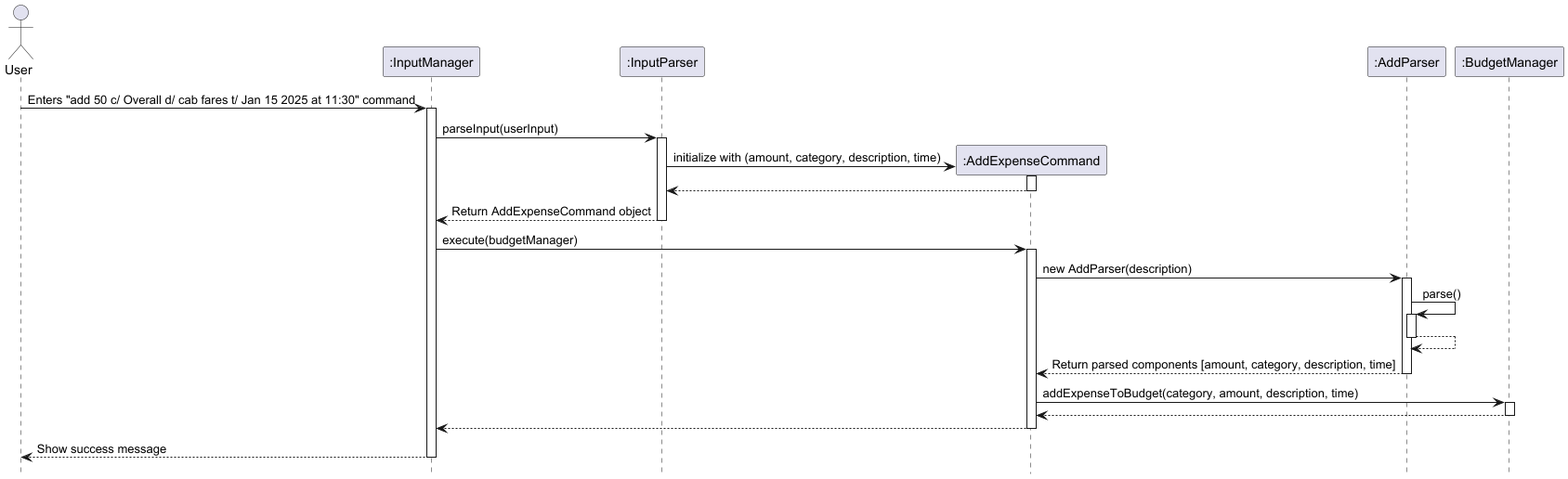
This is docs/diagrams/AddCommandSequenceDiagram.png from AY2425S2-CS2113-T12-4/tp, a PlantUML export, as it was before one commit. Its source is kept beside it as docs/diagrams/AddCommandSequenceDiagram.puml. The source it was exported from:
```plantuml
@startuml
hide circle
skinparam classAttributeIconSize 0
hide footbox
actor User
participant ":InputManager" as IM
participant ":InputParser" as IP
participant ":AddExpenseCommand" as AEC
participant ":AddParser" as AP
participant ":BudgetManager" as BM



User -> IM: Enters "add 50 c/ Overall d/ cab fares t/ Jan 15 2025 at 11:30" command
activate IM
IM -> IP: parseInput(userInput)
activate IP
create AEC
IP -> AEC: initialize with (amount, category, description, time)
activate AEC
AEC --> IP
deactivate AEC
IP --> IM: Return AddExpenseCommand object
deactivate IP
IM -> AEC: execute(budgetManager)
activate AEC
AEC -> AP: new AddParser(description)
activate AP
AP -> AP: parse()
activate AP
AP --> AP
deactivate AP
AP --> AEC: Return parsed components [amount, category, description, time]
deactivate AP
box AEC #LightGreen
AEC -> BM: addExpenseToBudget(category, amount, description, time)
activate BM
BM --> AEC:
deactivate BM
AEC --> IM:
end box

deactivate AEC

IM --> User: Show success message
deactivate IM
@enduml
```
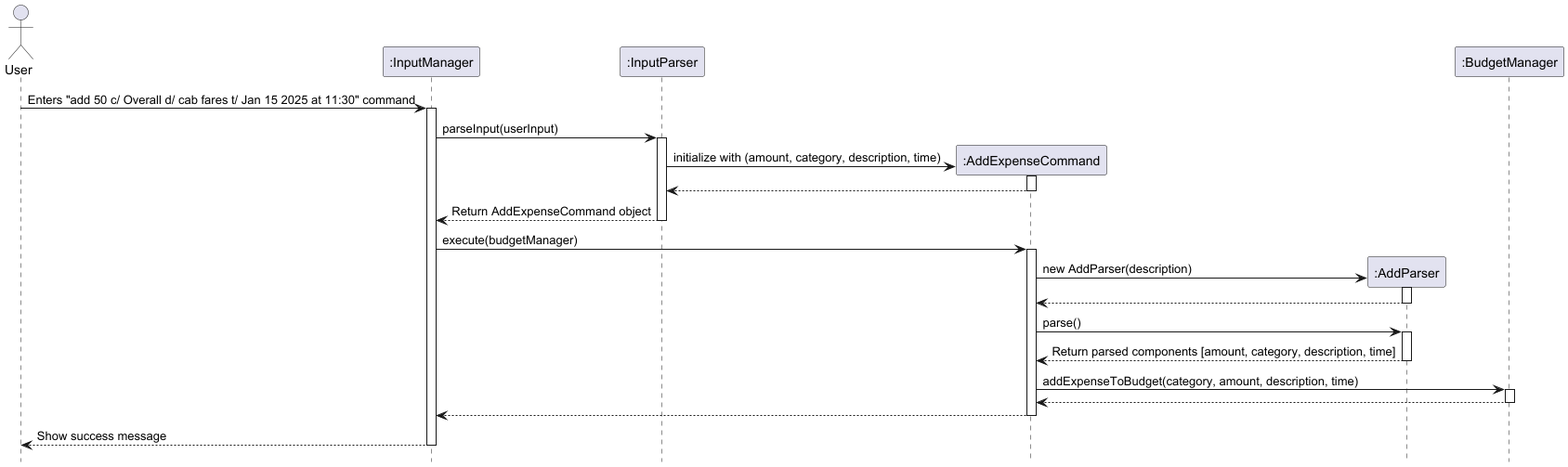
After the change.

What changed in the source:
```diff
@@ -24,13 +24,16 @@
 deactivate IP
 IM -> AEC: execute(budgetManager)
 activate AEC
+Create AP
 AEC -> AP: new AddParser(description)
 activate AP
-AP -> AP: parse()
+AP --> AEC
+deactivate AP
+AEC -> AP: parse()
 activate AP
-AP --> AP
+AP --> AEC: Return parsed components [amount, category, description, time]
 deactivate AP
-AP --> AEC: Return parsed components [amount, category, description, time]
+
 deactivate AP
 box AEC #LightGreen
 AEC -> BM: addExpenseToBudget(category, amount, description, time)
```
